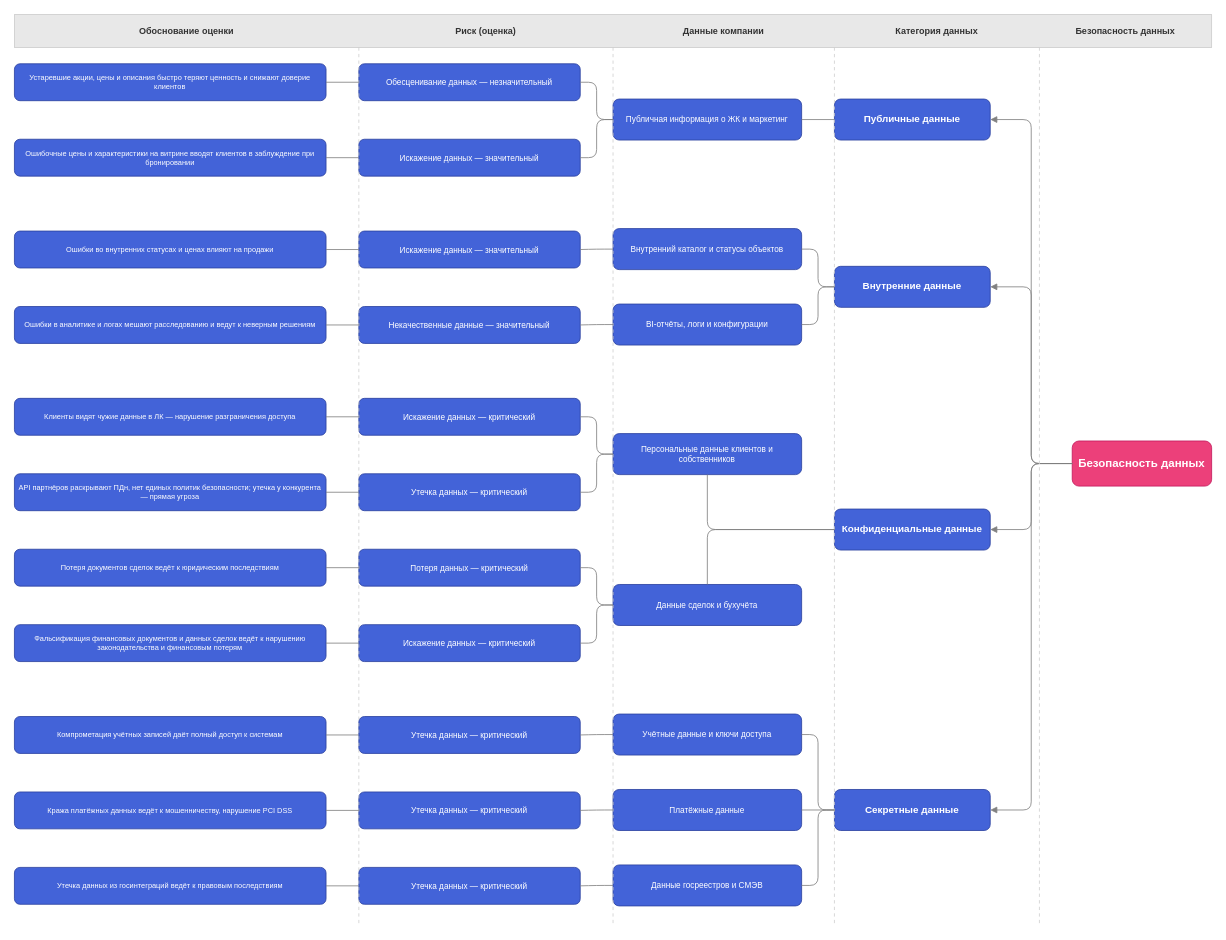
Above: Task1/data-security-mindmap.drawio in astandrik/architecture-pro-propdevelopment (draw.io), before the change. Source tidied: cells renumbered, new cells numbered last; positions are measured from the earlier drawing's top-left corner, leaving out a move shared by most shapes. Both pictures are drawn from the tidied source at 82%, with x=0, y=0 at pixel (14, 14).
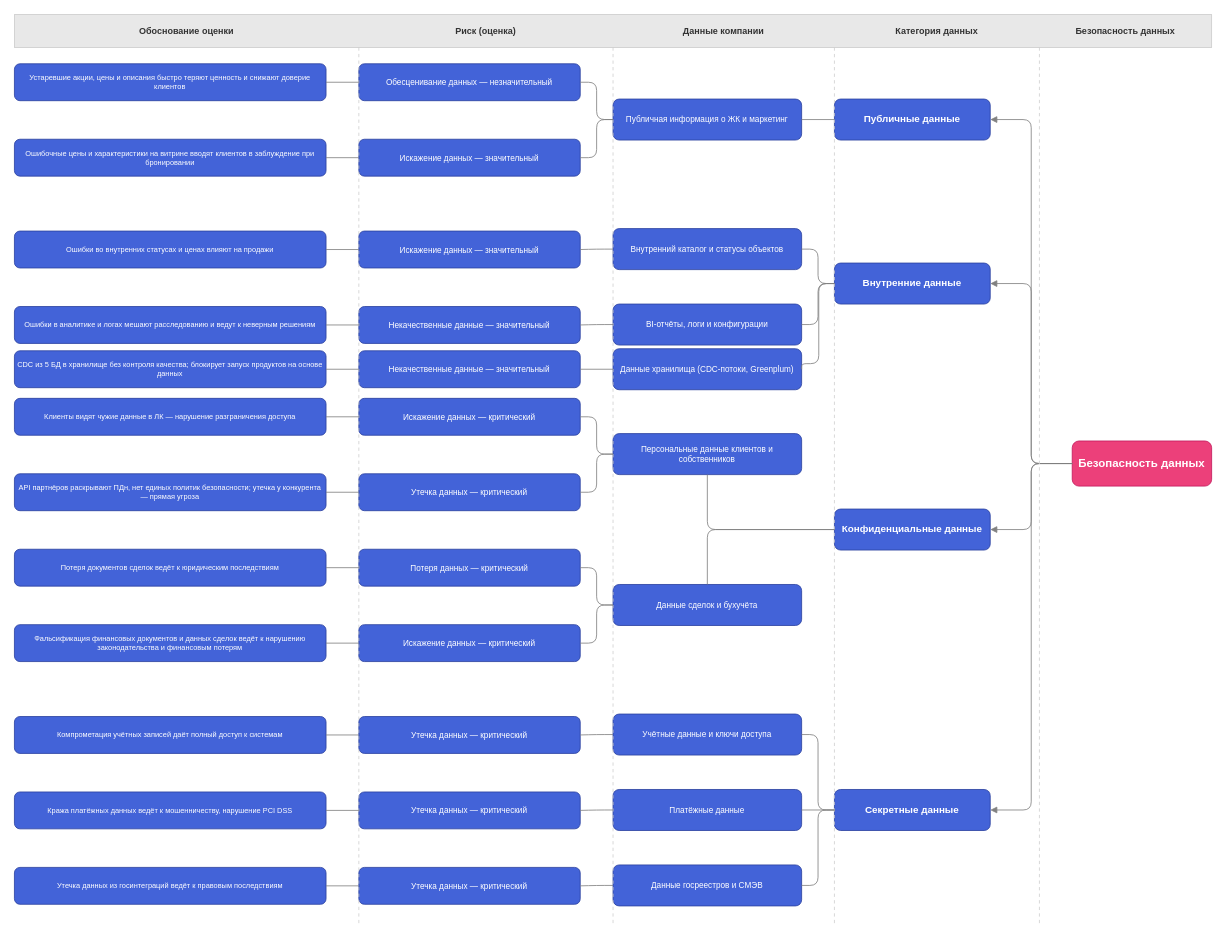
The same diagram, later.

Change to the diagram source:
```diff
@@
     <mxCell id="20" value="Внутренние данные" style="rounded=1;whiteSpace=wrap;fillColor=#4363D8;fontColor=#ffffff;strokeColor=#2C42A0;fontSize=12;fontStyle=1;" parent="1" vertex="1">
-      <mxGeometry x="1000.1" y="307.3" width="190" height="50" as="geometry" />
+      <mxGeometry x="1000.1" y="303.3" width="190" height="50" as="geometry" />
     </mxCell>
+    <mxCell id="81" value="Данные хранилища (CDC-потоки, Greenplum)" style="rounded=1;whiteSpace=wrap;fillColor=#4363D8;fontColor=#ffffff;strokeColor=#2C42A0;fontSize=10;" parent="1" vertex="1">
+      <mxGeometry x="730.1" y="407.8" width="230" height="50" as="geometry" />
+    </mxCell>
+    <mxCell id="82" value="Некачественные данные — значительный" style="rounded=1;whiteSpace=wrap;fillColor=#4363D8;fontColor=#ffffff;strokeColor=#2C42A0;fontSize=10;" parent="1" vertex="1">
+      <mxGeometry x="420.1" y="410.3" width="270" height="45" as="geometry" />
+    </mxCell>
+    <mxCell id="83" value="CDC из 5 БД в хранилище без контроля качества; блокирует запуск продуктов на основе данных" style="rounded=1;whiteSpace=wrap;fillColor=#4363D8;fontColor=#ffffff;strokeColor=#2C42A0;fontSize=9;" parent="1" vertex="1">
+      <mxGeometry x="0.1" y="410.3" width="380" height="45" as="geometry" />
+    </mxCell>
@@
-    <mxCell id="47" style="endArrow=none;strokeColor=#D0D0D0;strokeWidth=1;dashed=1;dashPattern=4 4;" parent="1" edge="1">
-      <mxGeometry relative="1" as="geometry">
-        <mxPoint x="420.1" y="40.3" as="sourcePoint" />
-        <mxPoint x="420.1" y="1110.3" as="targetPoint" />
-      </mxGeometry>
-    </mxCell>
-    <mxCell id="48" style="endArrow=none;strokeColor=#D0D0D0;strokeWidth=1;dashed=1;dashPattern=4 4;" parent="1" edge="1">
-      <mxGeometry relative="1" as="geometry">
-        <mxPoint x="730.1" y="40.3" as="sourcePoint" />
-        <mxPoint x="730.1" y="1110.3" as="targetPoint" />
-      </mxGeometry>
-    </mxCell>
-    <mxCell id="49" style="endArrow=none;strokeColor=#D0D0D0;strokeWidth=1;dashed=1;dashPattern=4 4;" parent="1" edge="1">
-      <mxGeometry relative="1" as="geometry">
-        <mxPoint x="1000.1" y="40.3" as="sourcePoint" />
-        <mxPoint x="1000.1" y="1110.3" as="targetPoint" />
-      </mxGeometry>
-    </mxCell>
-    <mxCell id="50" style="endArrow=none;strokeColor=#D0D0D0;strokeWidth=1;dashed=1;dashPattern=4 4;" parent="1" edge="1">
-      <mxGeometry relative="1" as="geometry">
-        <mxPoint x="1250.1" y="40.3" as="sourcePoint" />
-        <mxPoint x="1250.1" y="1110.3" as="targetPoint" />
-      </mxGeometry>
-    </mxCell>
+    <mxCell id="84" style="endArrow=none;strokeColor=#D0D0D0;strokeWidth=1;dashed=1;dashPattern=4 4;" parent="1" edge="1">
+      <mxGeometry relative="1" as="geometry">
+        <mxPoint x="420.1" y="40.3" as="sourcePoint" />
+        <mxPoint x="420.1" y="1110.3" as="targetPoint" />
+      </mxGeometry>
+    </mxCell>
+    <mxCell id="85" style="endArrow=none;strokeColor=#D0D0D0;strokeWidth=1;dashed=1;dashPattern=4 4;" parent="1" edge="1">
+      <mxGeometry relative="1" as="geometry">
+        <mxPoint x="730.1" y="40.3" as="sourcePoint" />
+        <mxPoint x="730.1" y="1110.3" as="targetPoint" />
+      </mxGeometry>
+    </mxCell>
+    <mxCell id="86" style="endArrow=none;strokeColor=#D0D0D0;strokeWidth=1;dashed=1;dashPattern=4 4;" parent="1" edge="1">
+      <mxGeometry relative="1" as="geometry">
+        <mxPoint x="1000.1" y="40.3" as="sourcePoint" />
+        <mxPoint x="1000.1" y="1110.3" as="targetPoint" />
+      </mxGeometry>
+    </mxCell>
+    <mxCell id="87" style="endArrow=none;strokeColor=#D0D0D0;strokeWidth=1;dashed=1;dashPattern=4 4;" parent="1" edge="1">
+      <mxGeometry relative="1" as="geometry">
+        <mxPoint x="1250.1" y="40.3" as="sourcePoint" />
+        <mxPoint x="1250.1" y="1110.3" as="targetPoint" />
+      </mxGeometry>
+    </mxCell>
@@
+    <mxCell id="88" style="edgeStyle=orthogonalEdgeStyle;endArrow=none;endFill=0;strokeColor=#808080;rounded=1;entryX=1;entryY=0.5;entryDx=0;entryDy=0;" parent="1" edge="1" source="20" target="81">
+      <mxGeometry relative="1" as="geometry">
+        <Array as="points">
+          <mxPoint x="981" y="328" />
+          <mxPoint x="981" y="426" />
+          <mxPoint x="960" y="426" />
+        </Array>
+      </mxGeometry>
+    </mxCell>
+    <mxCell id="89" style="edgeStyle=orthogonalEdgeStyle;endArrow=none;endFill=0;strokeColor=#808080;rounded=1;" parent="1" edge="1" source="81" target="82">
+      <mxGeometry relative="1" as="geometry" />
+    </mxCell>
+    <mxCell id="90" style="edgeStyle=orthogonalEdgeStyle;endArrow=none;endFill=0;strokeColor=#808080;rounded=1;" parent="1" edge="1" source="82" target="83">
+      <mxGeometry relative="1" as="geometry" />
+    </mxCell>
```
